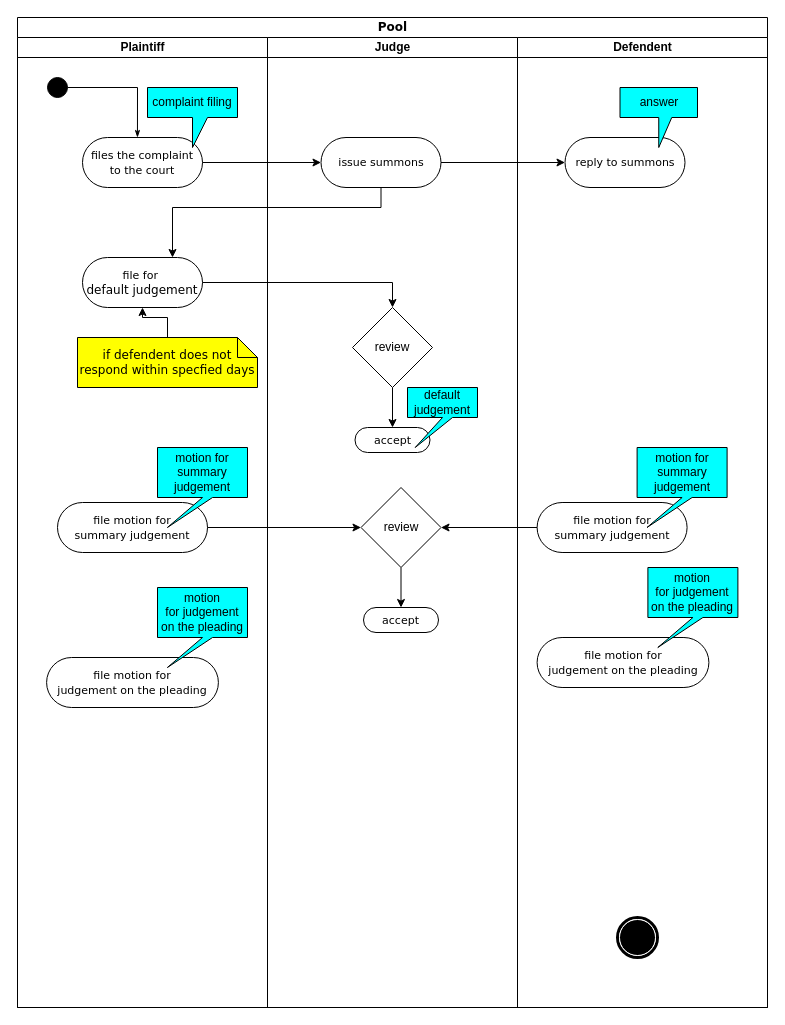
Above: Untitled Diagram.drawio in mohanshenoy/test-repository-1 (draw.io), before the change. Source tidied: cells renumbered, new cells numbered last; positions are measured from the earlier drawing's top-left corner, leaving out a move shared by most shapes. Both pictures are drawn from the tidied source at 100%, with x=0, y=0 at pixel (17, 17).
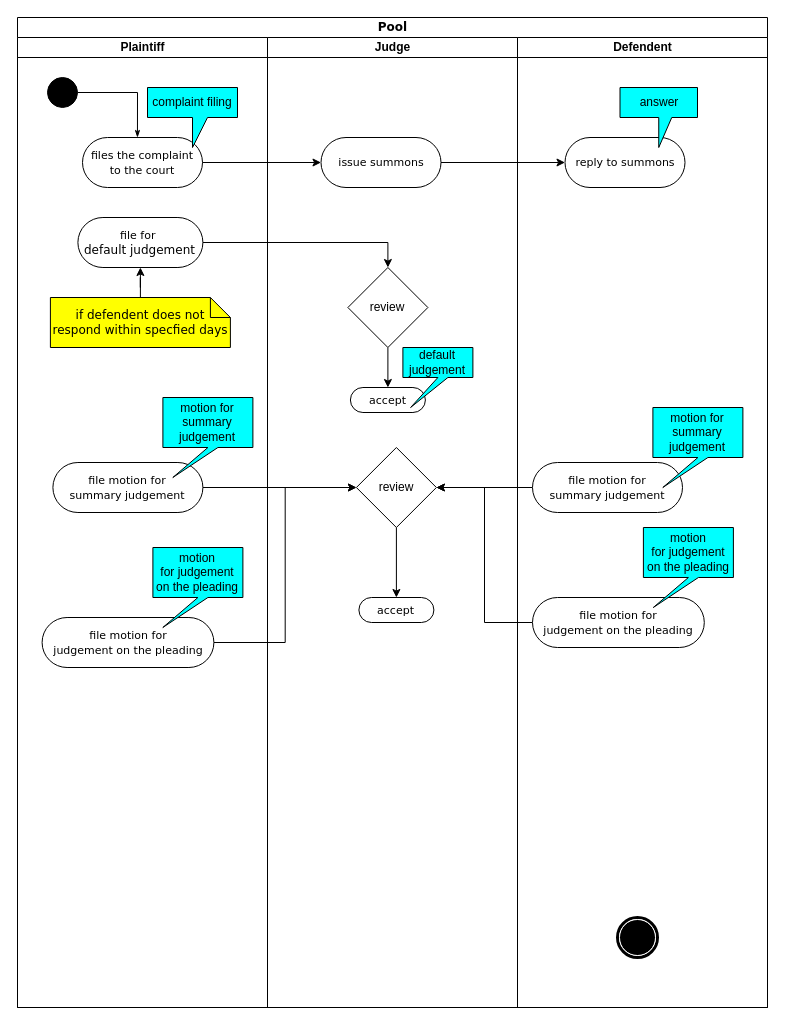
The same diagram, later.

Unchanged cells that the change refers to:
```xml
<mxCell id="2" value="Pool" style="swimlane;html=1;startSize=20;rounded=0;shadow=0;comic=0;labelBackgroundColor=none;strokeWidth=1;fontFamily=Verdana;fontSize=12;align=center;" parent="1" vertex="1">
  <mxGeometry width="750" height="990" as="geometry" />
</mxCell>
<mxCell id="3" value="Plaintiff" style="swimlane;html=1;startSize=20;" parent="2" vertex="1">
  <mxGeometry y="20" width="250" height="970" as="geometry" />
</mxCell>
<mxCell id="15" value="Judge" style="swimlane;html=1;startSize=20;" parent="2" vertex="1">
  <mxGeometry x="250" y="20" width="250" height="970" as="geometry" />
</mxCell>
<mxCell id="16" value="&lt;span style=&quot;font-size: 11px; background-color: rgb(255, 255, 255);&quot;&gt;issue summons&lt;/span&gt;" style="rounded=1;whiteSpace=wrap;html=1;shadow=0;comic=0;labelBackgroundColor=none;strokeWidth=1;fontFamily=Verdana;fontSize=12;align=center;arcSize=50;" parent="15" vertex="1">
  <mxGeometry x="53.5" y="100" width="120" height="50" as="geometry" />
</mxCell>
<mxCell id="24" value="Defendent" style="swimlane;html=1;startSize=20;" parent="2" vertex="1">
  <mxGeometry x="500" y="20" width="250" height="970" as="geometry" />
</mxCell>
```

The edit, as a diff of the source:
```diff
@@
     <mxCell id="4" style="ellipse;whiteSpace=wrap;html=1;rounded=0;shadow=0;comic=0;labelBackgroundColor=none;strokeWidth=1;fillColor=#000000;fontFamily=Verdana;fontSize=12;align=center;" parent="3" vertex="1">
-      <mxGeometry x="30" y="40" width="20" height="20" as="geometry" />
+      <mxGeometry x="30" y="40" width="30" height="30" as="geometry" />
     </mxCell>
@@
     <mxCell id="8" value="&lt;span style=&quot;font-size: 11px; background-color: rgb(255, 255, 255);&quot;&gt;file for&amp;nbsp;&lt;br&gt;&lt;/span&gt;default judgement" style="rounded=1;whiteSpace=wrap;html=1;shadow=0;comic=0;labelBackgroundColor=none;strokeWidth=1;fontFamily=Verdana;fontSize=12;align=center;arcSize=50;" parent="3" vertex="1">
-      <mxGeometry x="65" y="220" width="120" height="50" as="geometry" />
+      <mxGeometry x="60.4" y="180" width="125" height="50" as="geometry" />
     </mxCell>
@@
     <mxCell id="10" value="if defendent does not&lt;br&gt;respond within specfied days" style="shape=note;whiteSpace=wrap;html=1;rounded=0;shadow=0;comic=0;labelBackgroundColor=none;strokeWidth=1;fontFamily=Verdana;fontSize=12;align=center;size=20;fillColor=#FFFF00;" parent="3" vertex="1">
-      <mxGeometry x="60" y="300" width="180" height="50" as="geometry" />
+      <mxGeometry x="32.9" y="260" width="180" height="50" as="geometry" />
     </mxCell>
     <mxCell id="11" value="&lt;span style=&quot;font-size: 11px; background-color: rgb(255, 255, 255);&quot;&gt;file motion for &lt;br&gt;summary judgement&lt;/span&gt;" style="rounded=1;whiteSpace=wrap;html=1;shadow=0;comic=0;labelBackgroundColor=none;strokeWidth=1;fontFamily=Verdana;fontSize=12;align=center;arcSize=50;" parent="3" vertex="1">
-      <mxGeometry x="40" y="465" width="150" height="50" as="geometry" />
+      <mxGeometry x="35.4" y="425" width="150" height="50" as="geometry" />
     </mxCell>
     <mxCell id="12" value="&lt;span style=&quot;font-size: 11px; background-color: rgb(255, 255, 255);&quot;&gt;file motion for &lt;br&gt;judgement on the pleading&lt;/span&gt;" style="rounded=1;whiteSpace=wrap;html=1;shadow=0;comic=0;labelBackgroundColor=none;strokeWidth=1;fontFamily=Verdana;fontSize=12;align=center;arcSize=50;" parent="3" vertex="1">
-      <mxGeometry x="29.1" y="620" width="171.8" height="50" as="geometry" />
+      <mxGeometry x="24.6" y="580" width="171.8" height="50" as="geometry" />
     </mxCell>
     <mxCell id="13" value="motion for&lt;br&gt;summary judgement" style="shape=callout;whiteSpace=wrap;html=1;perimeter=calloutPerimeter;fillColor=#00FFFF;base=10;position2=0.11;" parent="3" vertex="1">
-      <mxGeometry x="140" y="410" width="90" height="80" as="geometry" />
+      <mxGeometry x="145.4" y="360" width="90" height="80" as="geometry" />
     </mxCell>
     <mxCell id="14" value="motion for&amp;nbsp;judgement on the pleading" style="shape=callout;whiteSpace=wrap;html=1;perimeter=calloutPerimeter;fillColor=#00FFFF;base=10;position2=0.11;" parent="3" vertex="1">
-      <mxGeometry x="140" y="550" width="90" height="80" as="geometry" />
+      <mxGeometry x="135.4" y="510" width="90" height="80" as="geometry" />
     </mxCell>
@@
     <mxCell id="18" value="review" style="rhombus;whiteSpace=wrap;html=1;fillColor=#FFFFFF;" parent="15" vertex="1">
-      <mxGeometry x="85" y="270" width="80" height="80" as="geometry" />
+      <mxGeometry x="80.4" y="230" width="80" height="80" as="geometry" />
     </mxCell>
     <mxCell id="19" value="&lt;span style=&quot;font-size: 11px; background-color: rgb(255, 255, 255);&quot;&gt;accept&lt;/span&gt;" style="rounded=1;whiteSpace=wrap;html=1;shadow=0;comic=0;labelBackgroundColor=none;strokeWidth=1;fontFamily=Verdana;fontSize=12;align=center;arcSize=50;" parent="15" vertex="1">
-      <mxGeometry x="87.5" y="390" width="75" height="25" as="geometry" />
+      <mxGeometry x="82.9" y="350" width="75" height="25" as="geometry" />
     </mxCell>
     <mxCell id="20" value="default judgement" style="shape=callout;whiteSpace=wrap;html=1;perimeter=calloutPerimeter;fillColor=#00FFFF;base=10;position2=0.11;" parent="15" vertex="1">
-      <mxGeometry x="140" y="350" width="70" height="60" as="geometry" />
+      <mxGeometry x="135.4" y="310" width="70" height="60" as="geometry" />
     </mxCell>
@@
     <mxCell id="22" value="review" style="rhombus;whiteSpace=wrap;html=1;fillColor=#FFFFFF;" parent="15" vertex="1">
-      <mxGeometry x="93.5" y="450" width="80" height="80" as="geometry" />
+      <mxGeometry x="88.9" y="410" width="80" height="80" as="geometry" />
     </mxCell>
     <mxCell id="23" value="&lt;span style=&quot;font-size: 11px; background-color: rgb(255, 255, 255);&quot;&gt;accept&lt;/span&gt;" style="rounded=1;whiteSpace=wrap;html=1;shadow=0;comic=0;labelBackgroundColor=none;strokeWidth=1;fontFamily=Verdana;fontSize=12;align=center;arcSize=50;" parent="15" vertex="1">
-      <mxGeometry x="96" y="570" width="75" height="25" as="geometry" />
+      <mxGeometry x="91.4" y="560" width="75" height="25" as="geometry" />
     </mxCell>
+    <mxCell id="34" style="edgeStyle=orthogonalEdgeStyle;rounded=0;jettySize=auto;html=1;entryX=0.5;entryY=0;entryDx=0;entryDy=0;" parent="2" edge="1" source="8" target="18">
+      <mxGeometry relative="1" as="geometry" />
+    </mxCell>
+    <mxCell id="36" style="edgeStyle=orthogonalEdgeStyle;rounded=0;jettySize=auto;html=1;entryX=0;entryY=0.5;entryDx=0;entryDy=0;" parent="2" edge="1" source="11" target="22">
+      <mxGeometry relative="1" as="geometry" />
+    </mxCell>
+    <mxCell id="38" style="edgeStyle=orthogonalEdgeStyle;rounded=0;jettySize=auto;html=1;entryX=0;entryY=0.5;entryDx=0;entryDy=0;" parent="2" edge="1" source="12" target="22">
+      <mxGeometry relative="1" as="geometry" />
+    </mxCell>
+    <mxCell id="39" style="edgeStyle=orthogonalEdgeStyle;rounded=0;jettySize=auto;html=1;entryX=1;entryY=0.5;entryDx=0;entryDy=0;" parent="2" edge="1" source="29" target="22">
+      <mxGeometry relative="1" as="geometry" />
+    </mxCell>
+    <mxCell id="37" style="edgeStyle=orthogonalEdgeStyle;rounded=0;jettySize=auto;html=1;entryX=1;entryY=0.5;entryDx=0;entryDy=0;" parent="2" edge="1" source="28" target="22">
+      <mxGeometry relative="1" as="geometry" />
+    </mxCell>
@@
     <mxCell id="28" value="&lt;span style=&quot;font-size: 11px; background-color: rgb(255, 255, 255);&quot;&gt;file motion for &lt;br&gt;summary judgement&lt;/span&gt;" style="rounded=1;whiteSpace=wrap;html=1;shadow=0;comic=0;labelBackgroundColor=none;strokeWidth=1;fontFamily=Verdana;fontSize=12;align=center;arcSize=50;" parent="24" vertex="1">
-      <mxGeometry x="19.6" y="465" width="150" height="50" as="geometry" />
+      <mxGeometry x="15" y="425" width="150" height="50" as="geometry" />
     </mxCell>
     <mxCell id="29" value="&lt;span style=&quot;font-size: 11px; background-color: rgb(255, 255, 255);&quot;&gt;file motion for &lt;br&gt;judgement on the pleading&lt;/span&gt;" style="rounded=1;whiteSpace=wrap;html=1;shadow=0;comic=0;labelBackgroundColor=none;strokeWidth=1;fontFamily=Verdana;fontSize=12;align=center;arcSize=50;" parent="24" vertex="1">
-      <mxGeometry x="19.6" y="600" width="171.8" height="50" as="geometry" />
+      <mxGeometry x="15" y="560" width="171.8" height="50" as="geometry" />
     </mxCell>
     <mxCell id="30" value="motion for&lt;br&gt;summary judgement" style="shape=callout;whiteSpace=wrap;html=1;perimeter=calloutPerimeter;fillColor=#00FFFF;base=10;position2=0.11;" parent="24" vertex="1">
-      <mxGeometry x="119.6" y="410" width="90" height="80" as="geometry" />
+      <mxGeometry x="135.4" y="370" width="90" height="80" as="geometry" />
     </mxCell>
     <mxCell id="31" value="motion for&amp;nbsp;judgement on the pleading" style="shape=callout;whiteSpace=wrap;html=1;perimeter=calloutPerimeter;fillColor=#00FFFF;base=10;position2=0.11;" parent="24" vertex="1">
-      <mxGeometry x="130.4" y="530" width="90" height="80" as="geometry" />
+      <mxGeometry x="125.9" y="490" width="90" height="80" as="geometry" />
     </mxCell>
@@
-    <mxCell id="34" style="edgeStyle=orthogonalEdgeStyle;rounded=0;jettySize=auto;html=1;entryX=0.5;entryY=0;entryDx=0;entryDy=0;" parent="2" edge="1" source="8" target="18">
-      <mxGeometry relative="1" as="geometry" />
-    </mxCell>
-    <mxCell id="35" style="edgeStyle=orthogonalEdgeStyle;rounded=0;jettySize=auto;html=1;entryX=0.75;entryY=0;entryDx=0;entryDy=0;" parent="2" edge="1" source="16" target="8">
-      <mxGeometry relative="1" as="geometry">
-        <Array as="points">
-          <mxPoint x="364" y="190" />
-          <mxPoint x="155" y="190" />
-        </Array>
-      </mxGeometry>
-    </mxCell>
-    <mxCell id="36" style="edgeStyle=orthogonalEdgeStyle;rounded=0;jettySize=auto;html=1;entryX=0;entryY=0.5;entryDx=0;entryDy=0;" parent="2" edge="1" source="11" target="22">
-      <mxGeometry relative="1" as="geometry" />
-    </mxCell>
-    <mxCell id="37" style="edgeStyle=orthogonalEdgeStyle;rounded=0;jettySize=auto;html=1;entryX=1;entryY=0.5;entryDx=0;entryDy=0;" parent="2" edge="1" source="28" target="22">
-      <mxGeometry relative="1" as="geometry" />
-    </mxCell>
```
